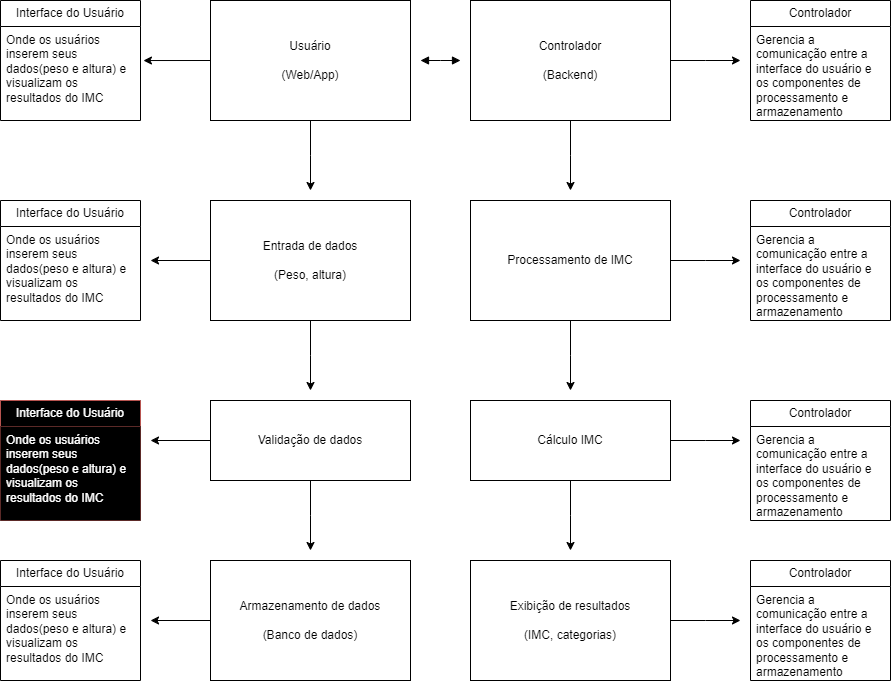
This is Imc.drawio.png from Zaibam/Desenvolvimento-De-Sistemas-1, a draw.io export, as it was before one commit. Source tidied: cells renumbered, new cells last; positions are measured from the earlier drawing's top-left corner, leaving out a move shared by most shapes.
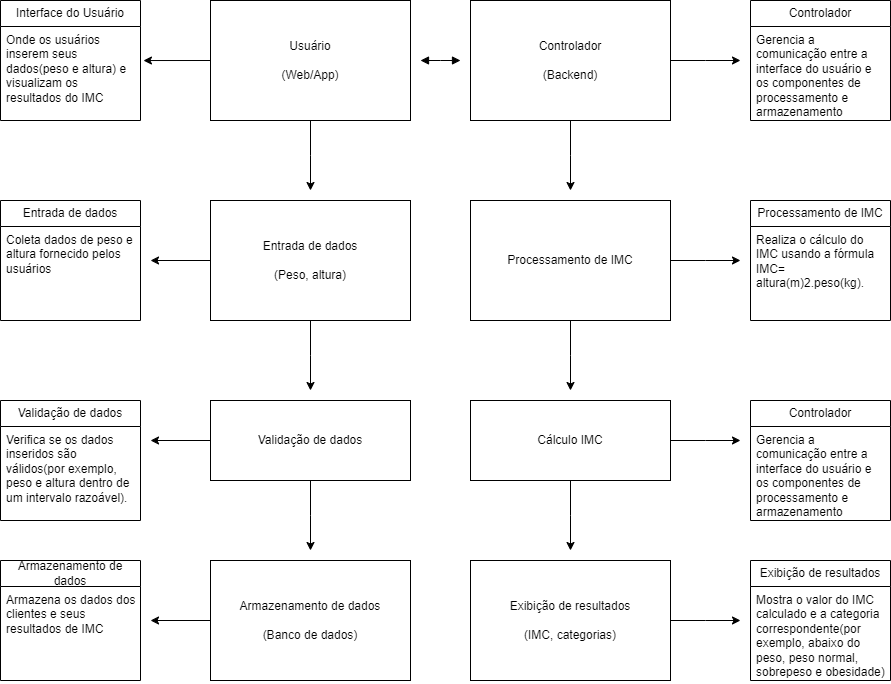
Above is the later version.

What changed in the source:
```diff
@@ -100,10 +100,10 @@
     <mxCell id="25" style="edgeStyle=orthogonalEdgeStyle;rounded=0;jettySize=auto;html=1;exitX=0;exitY=0.5;exitDx=0;exitDy=0;entryX=1.021;entryY=0.362;entryDx=0;entryDy=0;entryPerimeter=0;" parent="1" edge="1" source="3" target="24">
       <mxGeometry relative="1" as="geometry" />
     </mxCell>
-    <mxCell id="26" value="Interface do Usuário" style="swimlane;fontStyle=0;horizontal=1;startSize=26;fillColor=none;whiteSpace=wrap;html=1;" parent="1" vertex="1">
+    <mxCell id="26" value="Entrada de dados" style="swimlane;fontStyle=0;horizontal=1;startSize=26;fillColor=none;whiteSpace=wrap;html=1;" parent="1" vertex="1">
       <mxGeometry y="200" width="140" height="120" as="geometry" />
     </mxCell>
-    <mxCell id="27" value="Onde os usuários inserem seus dados(peso e altura) e visualizam os resultados do IMC" style="text;strokeColor=none;fillColor=none;align=left;verticalAlign=top;spacingLeft=4;spacingRight=4;overflow=hidden;whiteSpace=wrap;html=1;" parent="26" vertex="1">
+    <mxCell id="27" value="Coleta dados de peso e altura fornecido pelos usuários&lt;div&gt;&lt;br&gt;&lt;/div&gt;" style="text;strokeColor=none;fillColor=none;align=left;verticalAlign=top;spacingLeft=4;spacingRight=4;overflow=hidden;whiteSpace=wrap;html=1;" parent="26" vertex="1">
       <mxGeometry y="26" width="140" height="94" as="geometry" />
     </mxCell>
     <mxCell id="28" value="Controlador" style="swimlane;fontStyle=0;horizontal=1;startSize=26;fillColor=none;whiteSpace=wrap;html=1;" parent="1" vertex="1">
@@ -121,10 +121,10 @@
         </Array>
       </mxGeometry>
     </mxCell>
-    <mxCell id="31" value="Controlador" style="swimlane;fontStyle=0;horizontal=1;startSize=26;fillColor=none;whiteSpace=wrap;html=1;" parent="1" vertex="1">
+    <mxCell id="31" value="Processamento de IMC" style="swimlane;fontStyle=0;horizontal=1;startSize=26;fillColor=none;whiteSpace=wrap;html=1;" parent="1" vertex="1">
       <mxGeometry x="750" y="200" width="140" height="120" as="geometry" />
     </mxCell>
-    <mxCell id="32" value="Gerencia a comunicação entre a interface do usuário e os componentes de processamento e armazenamento" style="text;strokeColor=none;fillColor=none;align=left;verticalAlign=top;spacingLeft=4;spacingRight=4;overflow=hidden;whiteSpace=wrap;html=1;" parent="31" vertex="1">
+    <mxCell id="32" value="Realiza o cálculo do IMC usando a fórmula IMC= altura(m)2.peso(kg)." style="text;strokeColor=none;fillColor=none;align=left;verticalAlign=top;spacingLeft=4;spacingRight=4;overflow=hidden;whiteSpace=wrap;html=1;" parent="31" vertex="1">
       <mxGeometry y="26" width="140" height="94" as="geometry" />
     </mxCell>
     <mxCell id="33" value="Controlador" style="swimlane;fontStyle=0;horizontal=1;startSize=26;fillColor=none;whiteSpace=wrap;html=1;" parent="1" vertex="1">
@@ -133,22 +133,22 @@
     <mxCell id="34" value="Gerencia a comunicação entre a interface do usuário e os componentes de processamento e armazenamento" style="text;strokeColor=none;fillColor=none;align=left;verticalAlign=top;spacingLeft=4;spacingRight=4;overflow=hidden;whiteSpace=wrap;html=1;" parent="33" vertex="1">
       <mxGeometry y="26" width="140" height="94" as="geometry" />
     </mxCell>
-    <mxCell id="35" value="Controlador" style="swimlane;fontStyle=0;horizontal=1;startSize=26;fillColor=none;whiteSpace=wrap;html=1;" parent="1" vertex="1">
+    <mxCell id="35" value="Exibição de resultados" style="swimlane;fontStyle=0;horizontal=1;startSize=26;fillColor=none;whiteSpace=wrap;html=1;" parent="1" vertex="1">
       <mxGeometry x="750" y="560" width="140" height="120" as="geometry" />
     </mxCell>
-    <mxCell id="36" value="Gerencia a comunicação entre a interface do usuário e os componentes de processamento e armazenamento" style="text;strokeColor=none;fillColor=none;align=left;verticalAlign=top;spacingLeft=4;spacingRight=4;overflow=hidden;whiteSpace=wrap;html=1;" parent="35" vertex="1">
+    <mxCell id="36" value="Mostra o valor do IMC calculado e a categoria correspondente(por exemplo, abaixo do peso, peso normal, sobrepeso e obesidade)" style="text;strokeColor=none;fillColor=none;align=left;verticalAlign=top;spacingLeft=4;spacingRight=4;overflow=hidden;whiteSpace=wrap;html=1;" parent="35" vertex="1">
       <mxGeometry y="26" width="140" height="94" as="geometry" />
     </mxCell>
-    <mxCell id="37" value="Interface do Usuário" style="swimlane;fontStyle=0;horizontal=1;startSize=26;fillColor=#000000;whiteSpace=wrap;html=1;strokeColor=#b85450;fontColor=#FFFFFF;" parent="1" vertex="1">
+    <mxCell id="37" value="Validação de dados" style="swimlane;fontStyle=0;horizontal=1;startSize=26;fillColor=none;whiteSpace=wrap;html=1;" parent="1" vertex="1">
       <mxGeometry y="400" width="140" height="120" as="geometry" />
     </mxCell>
-    <mxCell id="38" value="Onde os usuários inserem seus dados(peso e altura) e visualizam os resultados do IMC" style="text;strokeColor=none;fillColor=#000000;align=left;verticalAlign=top;spacingLeft=4;spacingRight=4;overflow=hidden;whiteSpace=wrap;html=1;fontColor=#FFFFFF;" parent="37" vertex="1">
+    <mxCell id="38" value="Verifica se os dados inseridos são válidos(por exemplo, peso e altura dentro de um intervalo razoável)." style="text;strokeColor=none;fillColor=none;align=left;verticalAlign=top;spacingLeft=4;spacingRight=4;overflow=hidden;whiteSpace=wrap;html=1;" parent="37" vertex="1">
       <mxGeometry y="26" width="140" height="94" as="geometry" />
     </mxCell>
-    <mxCell id="39" value="Interface do Usuário" style="swimlane;fontStyle=0;horizontal=1;startSize=26;fillColor=none;whiteSpace=wrap;html=1;" parent="1" vertex="1">
+    <mxCell id="39" value="Armazenamento de dados" style="swimlane;fontStyle=0;horizontal=1;startSize=26;fillColor=none;whiteSpace=wrap;html=1;" parent="1" vertex="1">
       <mxGeometry y="560" width="140" height="120" as="geometry" />
     </mxCell>
-    <mxCell id="40" value="Onde os usuários inserem seus dados(peso e altura) e visualizam os resultados do IMC" style="text;strokeColor=none;fillColor=none;align=left;verticalAlign=top;spacingLeft=4;spacingRight=4;overflow=hidden;whiteSpace=wrap;html=1;" parent="39" vertex="1">
+    <mxCell id="40" value="Armazena os dados dos clientes e seus resultados de IMC" style="text;strokeColor=none;fillColor=none;align=left;verticalAlign=top;spacingLeft=4;spacingRight=4;overflow=hidden;whiteSpace=wrap;html=1;" parent="39" vertex="1">
       <mxGeometry y="26" width="140" height="94" as="geometry" />
     </mxCell>
   </root>
```
